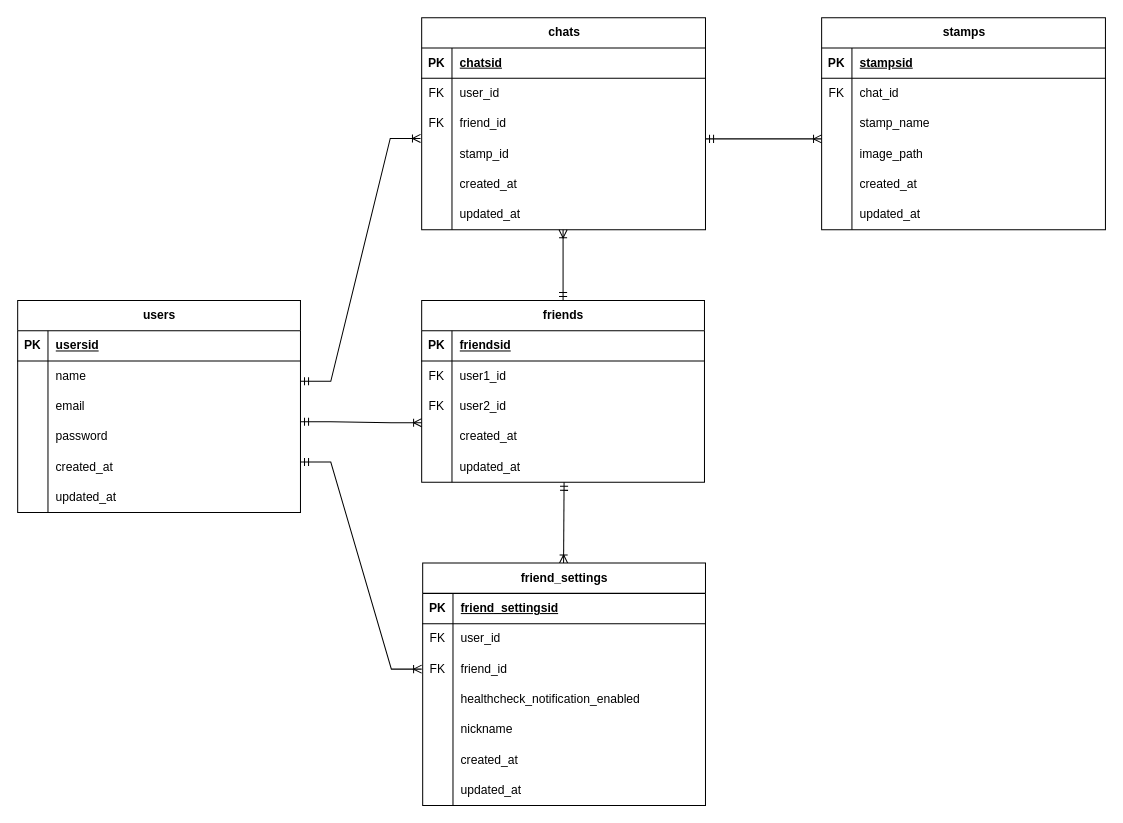
Above: ER図 .drawio in ht19ssts/- (draw.io), before the change. Source tidied: cells renumbered, new cells numbered last; positions are measured from the earlier drawing's top-left corner, leaving out a move shared by most shapes. Both pictures are drawn from the tidied source at 101%, with x=0, y=0 at pixel (17, 17).
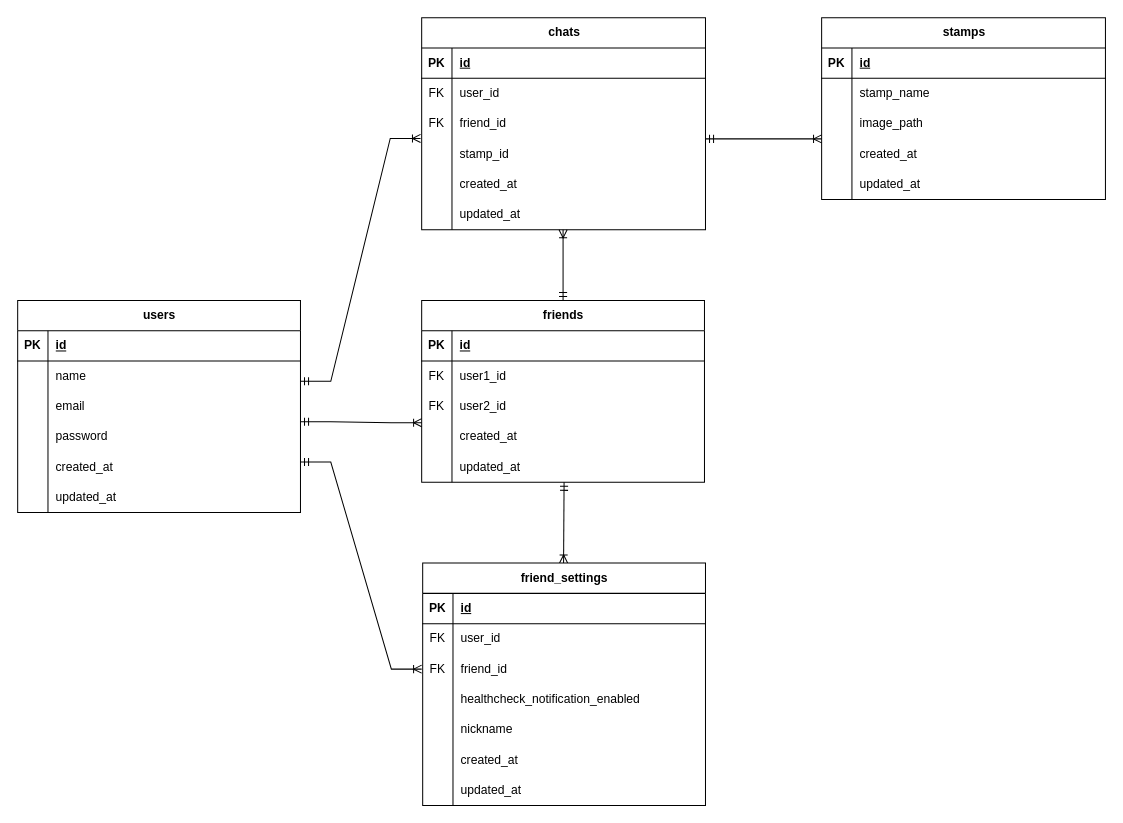
The same page after the edit.

Commit message:
ER図 .drawio を更新します

The change refers to these unchanged cells:
```xml
<mxCell id="3" style="shape=tableRow;horizontal=0;startSize=0;swimlaneHead=0;swimlaneBody=0;fillColor=none;points=[[0,0.5],[1,0.5]];portConstraint=eastwest;top=0;left=0;right=0;bottom=1;" parent="2" vertex="1">
  <mxGeometry y="30" width="280" height="30" as="geometry" />
</mxCell>
<mxCell id="23" style="shape=tableRow;horizontal=0;startSize=0;swimlaneHead=0;swimlaneBody=0;fillColor=none;top=0;left=0;right=0;bottom=1;" parent="22" vertex="1">
  <mxGeometry y="30" width="280" height="30" as="geometry" />
</mxCell>
<mxCell id="39" style="shape=tableRow;horizontal=0;startSize=0;swimlaneHead=0;swimlaneBody=0;fillColor=none;top=0;left=0;right=0;bottom=1;" parent="38" vertex="1">
  <mxGeometry y="30" width="281" height="30" as="geometry" />
</mxCell>
<mxCell id="63" style="shape=tableRow;horizontal=0;startSize=0;swimlaneHead=0;swimlaneBody=0;fillColor=none;top=0;left=0;right=0;bottom=1;" parent="62" vertex="1">
  <mxGeometry y="30" width="281" height="30" as="geometry" />
</mxCell>
<mxCell id="83" style="shape=tableRow;horizontal=0;startSize=0;swimlaneHead=0;swimlaneBody=0;fillColor=none;top=0;left=0;right=0;bottom=1;" parent="82" vertex="1">
  <mxGeometry y="30" width="280" height="30" as="geometry" />
</mxCell>
```

What changed in the source:
```diff
@@
-    <mxCell id="5" value="usersid" style="shape=partialRectangle;fillColor=none;top=0;left=0;bottom=0;right=0;align=left;spacingLeft=6;fontStyle=5;overflow=hidden;whiteSpace=wrap;html=1;" parent="3" vertex="1">
+    <mxCell id="5" value="id" style="shape=partialRectangle;fillColor=none;top=0;left=0;bottom=0;right=0;align=left;spacingLeft=6;fontStyle=5;overflow=hidden;whiteSpace=wrap;html=1;" parent="3" vertex="1">
       <mxGeometry x="30" width="250" height="30" as="geometry" />
     </mxCell>
@@
-    <mxCell id="25" value="friendsid" style="shape=partialRectangle;fillColor=none;top=0;left=0;bottom=0;right=0;align=left;spacingLeft=6;fontStyle=5;overflow=hidden;whiteSpace=wrap;html=1;" parent="23" vertex="1">
+    <mxCell id="25" value="id" style="shape=partialRectangle;fillColor=none;top=0;left=0;bottom=0;right=0;align=left;spacingLeft=6;fontStyle=5;overflow=hidden;whiteSpace=wrap;html=1;" parent="23" vertex="1">
       <mxGeometry x="30" width="250" height="30" as="geometry" />
     </mxCell>
@@
-    <mxCell id="41" value="chatsid" style="shape=partialRectangle;fillColor=none;top=0;left=0;bottom=0;right=0;align=left;spacingLeft=6;fontStyle=5;overflow=hidden;whiteSpace=wrap;html=1;" parent="39" vertex="1">
+    <mxCell id="41" value="id" style="shape=partialRectangle;fillColor=none;top=0;left=0;bottom=0;right=0;align=left;spacingLeft=6;fontStyle=5;overflow=hidden;whiteSpace=wrap;html=1;" parent="39" vertex="1">
       <mxGeometry x="30" width="251" height="30" as="geometry" />
     </mxCell>
@@
     <mxCell id="62" value="stamps" style="shape=table;startSize=30;childLayout=tableLayout;rowLines=0;fontStyle=1;align=center;html=1;" parent="1" vertex="1">
-      <mxGeometry x="796" width="281" height="210" as="geometry" />
+      <mxGeometry x="796" width="281" height="180" as="geometry" />
     </mxCell>
@@
-    <mxCell id="65" value="stampsid" style="shape=partialRectangle;fillColor=none;top=0;left=0;bottom=0;right=0;align=left;spacingLeft=6;fontStyle=5;overflow=hidden;whiteSpace=wrap;html=1;" parent="63" vertex="1">
+    <mxCell id="65" value="id" style="shape=partialRectangle;fillColor=none;top=0;left=0;bottom=0;right=0;align=left;spacingLeft=6;fontStyle=5;overflow=hidden;whiteSpace=wrap;html=1;" parent="63" vertex="1">
       <mxGeometry x="30" width="251" height="30" as="geometry" />
     </mxCell>
-    <mxCell id="66" style="shape=tableRow;horizontal=0;startSize=0;swimlaneHead=0;swimlaneBody=0;fillColor=none;top=0;left=0;right=0;bottom=0;" parent="62" vertex="1">
-      <mxGeometry y="60" width="281" height="30" as="geometry" />
-    </mxCell>
-    <mxCell id="67" value="FK" style="shape=partialRectangle;fillColor=none;top=0;left=0;bottom=0;right=0;overflow=hidden;whiteSpace=wrap;html=1;" parent="66" vertex="1">
-      <mxGeometry width="30" height="30" as="geometry" />
-    </mxCell>
-    <mxCell id="68" value="chat_id" style="shape=partialRectangle;fillColor=none;top=0;left=0;bottom=0;right=0;align=left;spacingLeft=6;overflow=hidden;whiteSpace=wrap;html=1;" parent="66" vertex="1">
-      <mxGeometry x="30" width="251" height="30" as="geometry" />
-    </mxCell>
     <mxCell id="69" style="shape=tableRow;horizontal=0;startSize=0;swimlaneHead=0;swimlaneBody=0;fillColor=none;top=0;left=0;right=0;bottom=0;" parent="62" vertex="1">
-      <mxGeometry y="90" width="281" height="30" as="geometry" />
+      <mxGeometry y="60" width="281" height="30" as="geometry" />
     </mxCell>
@@
     <mxCell id="72" style="shape=tableRow;horizontal=0;startSize=0;swimlaneHead=0;swimlaneBody=0;fillColor=none;top=0;left=0;right=0;bottom=0;" parent="62" vertex="1">
-      <mxGeometry y="120" width="281" height="30" as="geometry" />
+      <mxGeometry y="90" width="281" height="30" as="geometry" />
     </mxCell>
@@
     <mxCell id="75" style="shape=tableRow;horizontal=0;startSize=0;swimlaneHead=0;swimlaneBody=0;fillColor=none;top=0;left=0;right=0;bottom=0;" parent="62" vertex="1">
-      <mxGeometry y="150" width="281" height="30" as="geometry" />
+      <mxGeometry y="120" width="281" height="30" as="geometry" />
     </mxCell>
@@
     <mxCell id="78" style="shape=tableRow;horizontal=0;startSize=0;swimlaneHead=0;swimlaneBody=0;fillColor=none;top=0;left=0;right=0;bottom=0;" parent="62" vertex="1">
-      <mxGeometry y="180" width="281" height="30" as="geometry" />
+      <mxGeometry y="150" width="281" height="30" as="geometry" />
     </mxCell>
@@
-    <mxCell id="85" value="friend_settingsid" style="shape=partialRectangle;fillColor=none;top=0;left=0;bottom=0;right=0;align=left;spacingLeft=6;fontStyle=5;overflow=hidden;whiteSpace=wrap;html=1;" parent="83" vertex="1">
+    <mxCell id="85" value="id" style="shape=partialRectangle;fillColor=none;top=0;left=0;bottom=0;right=0;align=left;spacingLeft=6;fontStyle=5;overflow=hidden;whiteSpace=wrap;html=1;" parent="83" vertex="1">
       <mxGeometry x="30" width="250" height="30" as="geometry" />
     </mxCell>
```
